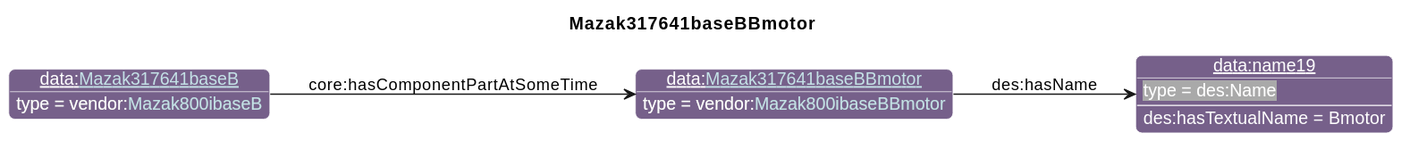
Above: diagrams/Mazak317641baseBBmotor.svg in iofoundry/example-syseng-mtconnect (PlantUML), before the change.
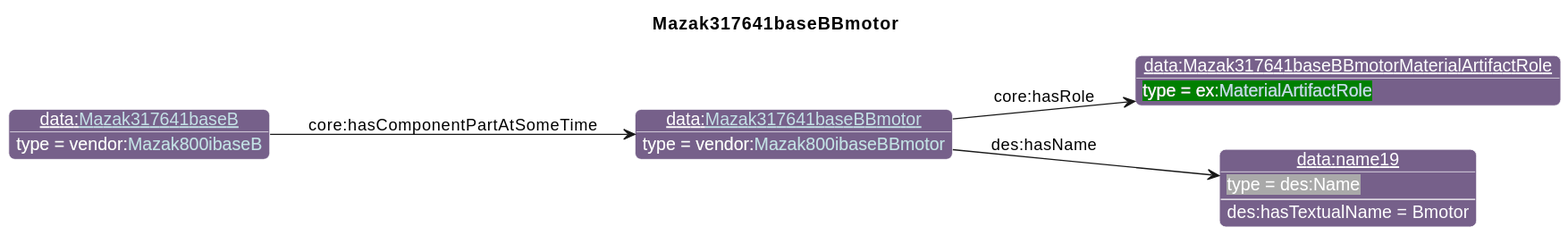
After the commit.

What changed in the source:
```diff
@@ -26,9 +26,11 @@
                       "qp":"641B2E"
       }
 individual(o0, data:[[./Mazak317641baseBBmotor.html Mazak317641baseBBmotor]], vendor:[[../Mazak.html#Mazak800ibaseBBmotor Mazak800ibaseBBmotor]])
-individual(o1, data:name19, des:Name)
-individual(o2, data:[[./Mazak317641baseB.html Mazak317641baseB]], vendor:[[../Mazak.html#Mazak800ibaseB Mazak800ibaseB]])
-property(o0, "des:hasName", o1)
-data(o1, "des:hasTextualName", "Bmotor")
-property(o2, "core:hasComponentPartAtSomeTime", o0)
+individual(o1, data:Mazak317641baseBBmotorMaterialArtifactRole, ex:[[../Example.html#MaterialArtifactRole MaterialArtifactRole]])
+individual(o2, data:name19, des:Name)
+individual(o3, data:[[./Mazak317641baseB.html Mazak317641baseB]], vendor:[[../Mazak.html#Mazak800ibaseB Mazak800ibaseB]])
+property(o0, "core:hasRole", o1)
+property(o0, "des:hasName", o2)
+data(o2, "des:hasTextualName", "Bmotor")
+property(o3, "core:hasComponentPartAtSomeTime", o0)
 @enduml
```
